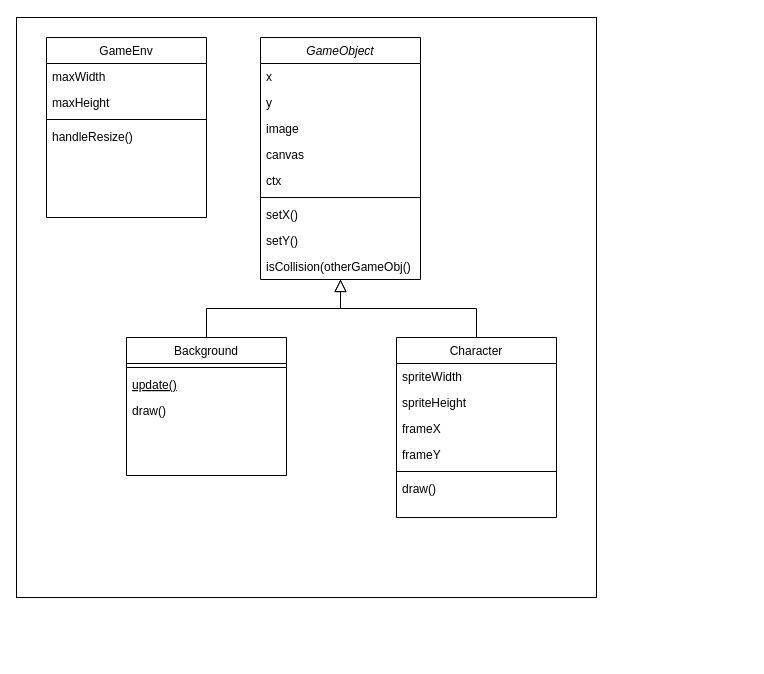
nighthawkcoders/teacher_portfolio keeps this draw.io diagram as classDiagram.drawio. Above is the earlier version. Source tidied: cells renumbered, new cells numbered last; positions are measured from the earlier drawing's top-left corner, leaving out a move shared by most shapes. Both pictures are drawn from the tidied source at 100%, with x=0, y=0 at pixel (16, 17).
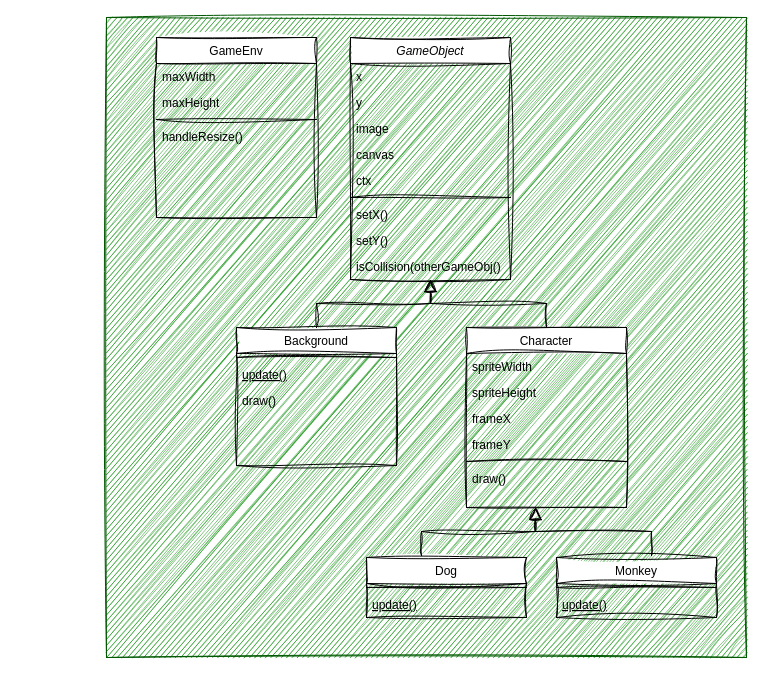
The same diagram, later.

The edit, as a diff of the source:
```diff
@@
-    <mxCell id="2" style="whiteSpace=wrap;html=1;" parent="1" vertex="1">
-      <mxGeometry width="580" height="580" as="geometry" />
+    <mxCell id="2" style="whiteSpace=wrap;html=1;rounded=0;fillColor=#008a00;strokeColor=#005700;fontColor=#ffffff;sketch=1;curveFitting=1;jiggle=2;" parent="1" vertex="1">
+      <mxGeometry x="90" width="640" height="640" as="geometry" />
     </mxCell>
-    <mxCell id="3" value="GameObject" style="swimlane;fontStyle=2;align=center;verticalAlign=top;horizontal=1;startSize=26;rounded=0;shadow=0;strokeWidth=1;" parent="1" vertex="1">
-      <mxGeometry x="244" y="20" width="160" height="242" as="geometry" />
+    <mxCell id="3" value="GameObject" style="swimlane;fontStyle=2;align=center;verticalAlign=top;horizontal=1;startSize=26;rounded=0;shadow=0;strokeWidth=1;sketch=1;curveFitting=1;jiggle=2;" parent="1" vertex="1">
+      <mxGeometry x="334" y="20" width="160" height="242" as="geometry" />
     </mxCell>
-    <mxCell id="4" value="x" style="text;align=left;verticalAlign=top;spacingLeft=4;spacingRight=4;overflow=hidden;" parent="3" vertex="1">
+    <mxCell id="4" value="x" style="text;align=left;verticalAlign=top;spacingLeft=4;spacingRight=4;overflow=hidden;sketch=1;curveFitting=1;jiggle=2;rounded=0;" parent="3" vertex="1">
       <mxGeometry y="26" width="160" height="26" as="geometry" />
     </mxCell>
-    <mxCell id="5" value="y" style="text;align=left;verticalAlign=top;spacingLeft=4;spacingRight=4;overflow=hidden;rounded=0;shadow=0;html=0;" parent="3" vertex="1">
+    <mxCell id="5" value="y" style="text;align=left;verticalAlign=top;spacingLeft=4;spacingRight=4;overflow=hidden;rounded=0;shadow=0;html=0;sketch=1;curveFitting=1;jiggle=2;" parent="3" vertex="1">
       <mxGeometry y="52" width="160" height="26" as="geometry" />
     </mxCell>
-    <mxCell id="6" value="image" style="text;align=left;verticalAlign=top;spacingLeft=4;spacingRight=4;overflow=hidden;rounded=0;shadow=0;html=0;" parent="3" vertex="1">
+    <mxCell id="6" value="image" style="text;align=left;verticalAlign=top;spacingLeft=4;spacingRight=4;overflow=hidden;rounded=0;shadow=0;html=0;sketch=1;curveFitting=1;jiggle=2;" parent="3" vertex="1">
       <mxGeometry y="78" width="160" height="26" as="geometry" />
     </mxCell>
-    <mxCell id="7" value="canvas" style="text;align=left;verticalAlign=top;spacingLeft=4;spacingRight=4;overflow=hidden;rounded=0;shadow=0;html=0;" parent="3" vertex="1">
+    <mxCell id="7" value="canvas" style="text;align=left;verticalAlign=top;spacingLeft=4;spacingRight=4;overflow=hidden;rounded=0;shadow=0;html=0;sketch=1;curveFitting=1;jiggle=2;" parent="3" vertex="1">
       <mxGeometry y="104" width="160" height="26" as="geometry" />
     </mxCell>
-    <mxCell id="8" value="ctx" style="text;align=left;verticalAlign=top;spacingLeft=4;spacingRight=4;overflow=hidden;rounded=0;shadow=0;html=0;" parent="3" vertex="1">
+    <mxCell id="8" value="ctx" style="text;align=left;verticalAlign=top;spacingLeft=4;spacingRight=4;overflow=hidden;rounded=0;shadow=0;html=0;sketch=1;curveFitting=1;jiggle=2;" parent="3" vertex="1">
       <mxGeometry y="130" width="160" height="26" as="geometry" />
     </mxCell>
-    <mxCell id="9" style="line;html=1;strokeWidth=1;align=left;verticalAlign=middle;spacingTop=-1;spacingLeft=3;spacingRight=3;labelPosition=right;" parent="3" vertex="1">
+    <mxCell id="9" style="line;html=1;strokeWidth=1;align=left;verticalAlign=middle;spacingTop=-1;spacingLeft=3;spacingRight=3;labelPosition=right;sketch=1;curveFitting=1;jiggle=2;rounded=0;" parent="3" vertex="1">
       <mxGeometry y="156" width="160" height="8" as="geometry" />
     </mxCell>
-    <mxCell id="10" value="setX()&#10;" style="text;align=left;verticalAlign=top;spacingLeft=4;spacingRight=4;overflow=hidden;" parent="3" vertex="1">
+    <mxCell id="10" value="setX()&#10;" style="text;align=left;verticalAlign=top;spacingLeft=4;spacingRight=4;overflow=hidden;sketch=1;curveFitting=1;jiggle=2;rounded=0;" parent="3" vertex="1">
       <mxGeometry y="164" width="160" height="26" as="geometry" />
     </mxCell>
-    <mxCell id="11" value="setY()" style="text;align=left;verticalAlign=top;spacingLeft=4;spacingRight=4;overflow=hidden;" parent="3" vertex="1">
+    <mxCell id="11" value="setY()" style="text;align=left;verticalAlign=top;spacingLeft=4;spacingRight=4;overflow=hidden;sketch=1;curveFitting=1;jiggle=2;rounded=0;" parent="3" vertex="1">
       <mxGeometry y="190" width="160" height="26" as="geometry" />
     </mxCell>
-    <mxCell id="12" value="isCollision(otherGameObj()" style="text;align=left;verticalAlign=top;spacingLeft=4;spacingRight=4;overflow=hidden;" parent="3" vertex="1">
+    <mxCell id="12" value="isCollision(otherGameObj()" style="text;align=left;verticalAlign=top;spacingLeft=4;spacingRight=4;overflow=hidden;sketch=1;curveFitting=1;jiggle=2;rounded=0;" parent="3" vertex="1">
       <mxGeometry y="216" width="160" height="26" as="geometry" />
     </mxCell>
-    <mxCell id="13" value="Background" style="swimlane;fontStyle=0;align=center;verticalAlign=top;horizontal=1;startSize=26;rounded=0;shadow=0;strokeWidth=1;" parent="1" vertex="1">
-      <mxGeometry x="110" y="320" width="160" height="138" as="geometry" />
+    <mxCell id="13" value="Background" style="swimlane;fontStyle=0;align=center;verticalAlign=top;horizontal=1;startSize=26;rounded=0;shadow=0;strokeWidth=1;sketch=1;curveFitting=1;jiggle=2;" parent="1" vertex="1">
+      <mxGeometry x="220" y="310" width="160" height="138" as="geometry" />
     </mxCell>
-    <mxCell id="14" style="line;html=1;strokeWidth=1;align=left;verticalAlign=middle;spacingTop=-1;spacingLeft=3;spacingRight=3;labelPosition=right;" parent="13" vertex="1">
+    <mxCell id="14" style="line;html=1;strokeWidth=1;align=left;verticalAlign=middle;spacingTop=-1;spacingLeft=3;spacingRight=3;labelPosition=right;sketch=1;curveFitting=1;jiggle=2;rounded=0;" parent="13" vertex="1">
       <mxGeometry y="26" width="160" height="8" as="geometry" />
     </mxCell>
-    <mxCell id="15" value="update()" style="text;align=left;verticalAlign=top;spacingLeft=4;spacingRight=4;overflow=hidden;fontStyle=4;" parent="13" vertex="1">
+    <mxCell id="15" value="update()" style="text;align=left;verticalAlign=top;spacingLeft=4;spacingRight=4;overflow=hidden;fontStyle=4;sketch=1;curveFitting=1;jiggle=2;rounded=0;" parent="13" vertex="1">
       <mxGeometry y="34" width="160" height="26" as="geometry" />
     </mxCell>
-    <mxCell id="16" value="draw()" style="text;align=left;verticalAlign=top;spacingLeft=4;spacingRight=4;overflow=hidden;" parent="13" vertex="1">
+    <mxCell id="16" value="draw()" style="text;align=left;verticalAlign=top;spacingLeft=4;spacingRight=4;overflow=hidden;sketch=1;curveFitting=1;jiggle=2;rounded=0;" parent="13" vertex="1">
       <mxGeometry y="60" width="160" height="26" as="geometry" />
     </mxCell>
-    <mxCell id="17" style="endArrow=block;endSize=10;endFill=0;shadow=0;strokeWidth=1;rounded=0;edgeStyle=elbowEdgeStyle;elbow=vertical;" parent="1" edge="1" source="13" target="3">
+    <mxCell id="17" style="endArrow=block;endSize=10;endFill=0;shadow=0;strokeWidth=1;rounded=0;edgeStyle=elbowEdgeStyle;elbow=vertical;sketch=1;curveFitting=1;jiggle=2;" parent="1" edge="1" source="13" target="3">
       <mxGeometry relative="1" as="geometry" />
     </mxCell>
-    <mxCell id="18" value="Character" style="swimlane;fontStyle=0;align=center;verticalAlign=top;horizontal=1;startSize=26;rounded=0;shadow=0;strokeWidth=1;" parent="1" vertex="1">
-      <mxGeometry x="380" y="320" width="160" height="180" as="geometry" />
+    <mxCell id="18" value="Character" style="swimlane;fontStyle=0;align=center;verticalAlign=top;horizontal=1;startSize=26;rounded=0;shadow=0;strokeWidth=1;sketch=1;curveFitting=1;jiggle=2;" parent="1" vertex="1">
+      <mxGeometry x="450" y="310" width="160" height="180" as="geometry" />
     </mxCell>
-    <mxCell id="19" value="spriteWidth" style="text;align=left;verticalAlign=top;spacingLeft=4;spacingRight=4;overflow=hidden;" parent="18" vertex="1">
+    <mxCell id="19" value="spriteWidth" style="text;align=left;verticalAlign=top;spacingLeft=4;spacingRight=4;overflow=hidden;sketch=1;curveFitting=1;jiggle=2;rounded=0;" parent="18" vertex="1">
       <mxGeometry y="26" width="160" height="26" as="geometry" />
     </mxCell>
-    <mxCell id="20" value="spriteHeight" style="text;align=left;verticalAlign=top;spacingLeft=4;spacingRight=4;overflow=hidden;" parent="18" vertex="1">
+    <mxCell id="20" value="spriteHeight" style="text;align=left;verticalAlign=top;spacingLeft=4;spacingRight=4;overflow=hidden;sketch=1;curveFitting=1;jiggle=2;rounded=0;" parent="18" vertex="1">
       <mxGeometry y="52" width="160" height="26" as="geometry" />
     </mxCell>
-    <mxCell id="21" value="frameX" style="text;align=left;verticalAlign=top;spacingLeft=4;spacingRight=4;overflow=hidden;" parent="18" vertex="1">
+    <mxCell id="21" value="frameX" style="text;align=left;verticalAlign=top;spacingLeft=4;spacingRight=4;overflow=hidden;sketch=1;curveFitting=1;jiggle=2;rounded=0;" parent="18" vertex="1">
       <mxGeometry y="78" width="160" height="26" as="geometry" />
     </mxCell>
-    <mxCell id="22" value="frameY" style="text;align=left;verticalAlign=top;spacingLeft=4;spacingRight=4;overflow=hidden;" parent="18" vertex="1">
+    <mxCell id="22" value="frameY" style="text;align=left;verticalAlign=top;spacingLeft=4;spacingRight=4;overflow=hidden;sketch=1;curveFitting=1;jiggle=2;rounded=0;" parent="18" vertex="1">
       <mxGeometry y="104" width="160" height="26" as="geometry" />
     </mxCell>
-    <mxCell id="23" style="line;html=1;strokeWidth=1;align=left;verticalAlign=middle;spacingTop=-1;spacingLeft=3;spacingRight=3;labelPosition=right;" parent="18" vertex="1">
+    <mxCell id="23" style="line;html=1;strokeWidth=1;align=left;verticalAlign=middle;spacingTop=-1;spacingLeft=3;spacingRight=3;labelPosition=right;sketch=1;curveFitting=1;jiggle=2;rounded=0;" parent="18" vertex="1">
       <mxGeometry y="130" width="160" height="8" as="geometry" />
     </mxCell>
-    <mxCell id="24" value="draw()" style="text;align=left;verticalAlign=top;spacingLeft=4;spacingRight=4;overflow=hidden;" parent="18" vertex="1">
+    <mxCell id="24" value="draw()" style="text;align=left;verticalAlign=top;spacingLeft=4;spacingRight=4;overflow=hidden;sketch=1;curveFitting=1;jiggle=2;rounded=0;" parent="18" vertex="1">
       <mxGeometry y="138" width="160" height="26" as="geometry" />
     </mxCell>
-    <mxCell id="25" style="endArrow=block;endSize=10;endFill=0;shadow=0;strokeWidth=1;rounded=0;edgeStyle=elbowEdgeStyle;elbow=vertical;" parent="1" edge="1" source="18" target="3">
+    <mxCell id="25" style="endArrow=block;endSize=10;endFill=0;shadow=0;strokeWidth=1;rounded=0;edgeStyle=elbowEdgeStyle;elbow=vertical;sketch=1;curveFitting=1;jiggle=2;" parent="1" edge="1" source="18" target="3">
       <mxGeometry relative="1" as="geometry" />
     </mxCell>
-    <mxCell id="26" value="GameEnv" style="swimlane;fontStyle=0;align=center;verticalAlign=top;horizontal=1;startSize=26;rounded=0;shadow=0;strokeWidth=1;" parent="1" vertex="1">
-      <mxGeometry x="30" y="20" width="160" height="180" as="geometry" />
+    <mxCell id="26" value="GameEnv" style="swimlane;fontStyle=0;align=center;verticalAlign=top;horizontal=1;startSize=26;rounded=0;shadow=0;strokeWidth=1;sketch=1;curveFitting=1;jiggle=2;" parent="1" vertex="1">
+      <mxGeometry x="140" y="20" width="160" height="180" as="geometry" />
     </mxCell>
-    <mxCell id="27" value="maxWidth" style="text;align=left;verticalAlign=top;spacingLeft=4;spacingRight=4;overflow=hidden;" parent="26" vertex="1">
+    <mxCell id="27" value="maxWidth" style="text;align=left;verticalAlign=top;spacingLeft=4;spacingRight=4;overflow=hidden;sketch=1;curveFitting=1;jiggle=2;rounded=0;" parent="26" vertex="1">
       <mxGeometry y="26" width="160" height="26" as="geometry" />
     </mxCell>
-    <mxCell id="28" value="maxHeight" style="text;align=left;verticalAlign=top;spacingLeft=4;spacingRight=4;overflow=hidden;" parent="26" vertex="1">
+    <mxCell id="28" value="maxHeight" style="text;align=left;verticalAlign=top;spacingLeft=4;spacingRight=4;overflow=hidden;sketch=1;curveFitting=1;jiggle=2;rounded=0;" parent="26" vertex="1">
       <mxGeometry y="52" width="160" height="26" as="geometry" />
     </mxCell>
-    <mxCell id="29" style="line;html=1;strokeWidth=1;align=left;verticalAlign=middle;spacingTop=-1;spacingLeft=3;spacingRight=3;labelPosition=right;" parent="26" vertex="1">
+    <mxCell id="29" style="line;html=1;strokeWidth=1;align=left;verticalAlign=middle;spacingTop=-1;spacingLeft=3;spacingRight=3;labelPosition=right;sketch=1;curveFitting=1;jiggle=2;rounded=0;" parent="26" vertex="1">
       <mxGeometry y="78" width="160" height="8" as="geometry" />
     </mxCell>
-    <mxCell id="30" value="handleResize()" style="text;align=left;verticalAlign=top;spacingLeft=4;spacingRight=4;overflow=hidden;" parent="26" vertex="1">
+    <mxCell id="30" value="handleResize()" style="text;align=left;verticalAlign=top;spacingLeft=4;spacingRight=4;overflow=hidden;sketch=1;curveFitting=1;jiggle=2;rounded=0;" parent="26" vertex="1">
       <mxGeometry y="86" width="160" height="26" as="geometry" />
     </mxCell>
+    <mxCell id="31" value="Dog" style="swimlane;fontStyle=0;align=center;verticalAlign=top;horizontal=1;startSize=26;rounded=0;shadow=0;strokeWidth=1;sketch=1;curveFitting=1;jiggle=2;" parent="1" vertex="1">
+      <mxGeometry x="350" y="540" width="160" height="60" as="geometry" />
+    </mxCell>
+    <mxCell id="32" style="line;html=1;strokeWidth=1;align=left;verticalAlign=middle;spacingTop=-1;spacingLeft=3;spacingRight=3;labelPosition=right;sketch=1;curveFitting=1;jiggle=2;rounded=0;" parent="31" vertex="1">
+      <mxGeometry y="26" width="160" height="8" as="geometry" />
+    </mxCell>
+    <mxCell id="33" value="update()" style="text;align=left;verticalAlign=top;spacingLeft=4;spacingRight=4;overflow=hidden;fontStyle=4;sketch=1;curveFitting=1;jiggle=2;rounded=0;" parent="31" vertex="1">
+      <mxGeometry y="34" width="160" height="26" as="geometry" />
+    </mxCell>
+    <mxCell id="34" value="Monkey" style="swimlane;fontStyle=0;align=center;verticalAlign=top;horizontal=1;startSize=26;rounded=0;shadow=0;strokeWidth=1;sketch=1;curveFitting=1;jiggle=2;" parent="1" vertex="1">
+      <mxGeometry x="540" y="540" width="160" height="60" as="geometry" />
+    </mxCell>
+    <mxCell id="35" style="line;html=1;strokeWidth=1;align=left;verticalAlign=middle;spacingTop=-1;spacingLeft=3;spacingRight=3;labelPosition=right;sketch=1;curveFitting=1;jiggle=2;rounded=0;" parent="34" vertex="1">
+      <mxGeometry y="26" width="160" height="8" as="geometry" />
+    </mxCell>
+    <mxCell id="36" value="update()" style="text;align=left;verticalAlign=top;spacingLeft=4;spacingRight=4;overflow=hidden;fontStyle=4;sketch=1;curveFitting=1;jiggle=2;rounded=0;" parent="34" vertex="1">
+      <mxGeometry y="34" width="160" height="26" as="geometry" />
+    </mxCell>
+    <mxCell id="37" style="endArrow=block;endSize=10;endFill=0;shadow=0;strokeWidth=1;rounded=0;edgeStyle=elbowEdgeStyle;elbow=vertical;sketch=1;curveFitting=1;jiggle=2;" parent="1" edge="1">
+      <mxGeometry relative="1" as="geometry">
+        <mxPoint x="405" y="538" as="sourcePoint" />
+        <mxPoint x="519" y="490" as="targetPoint" />
+      </mxGeometry>
+    </mxCell>
+    <mxCell id="38" style="endArrow=block;endSize=10;endFill=0;shadow=0;strokeWidth=1;rounded=0;edgeStyle=elbowEdgeStyle;elbow=vertical;sketch=1;curveFitting=1;jiggle=2;" parent="1" edge="1">
+      <mxGeometry relative="1" as="geometry">
+        <mxPoint x="635" y="538" as="sourcePoint" />
+        <mxPoint x="519" y="490" as="targetPoint" />
+      </mxGeometry>
+    </mxCell>
```
